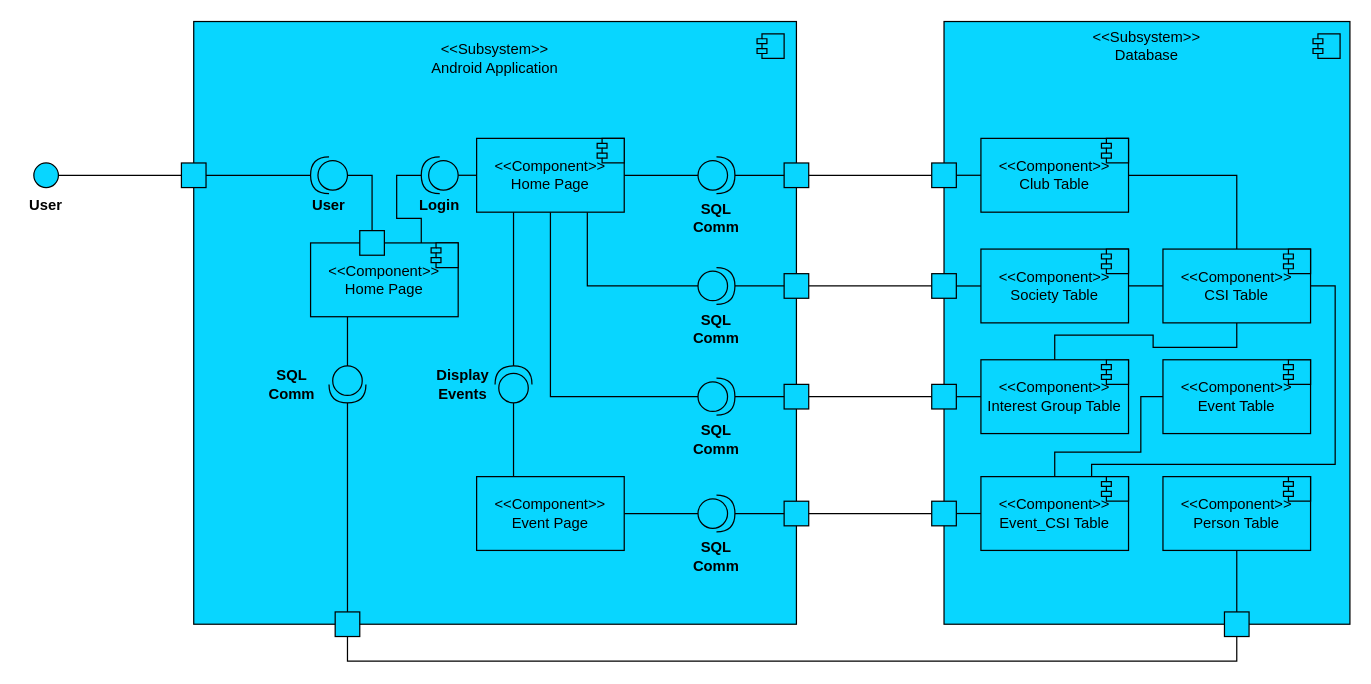
This is Diagrams/Component_Diagram.drawio from Makizoro/Overclock, a draw.io file, before an edit. Source tidied: cells renumbered, new cells numbered last; positions are measured from the earlier drawing's top-left corner, leaving out a move shared by most shapes. Both pictures are drawn from the tidied source at 123%, with x=0, y=0 at pixel (21, 21).
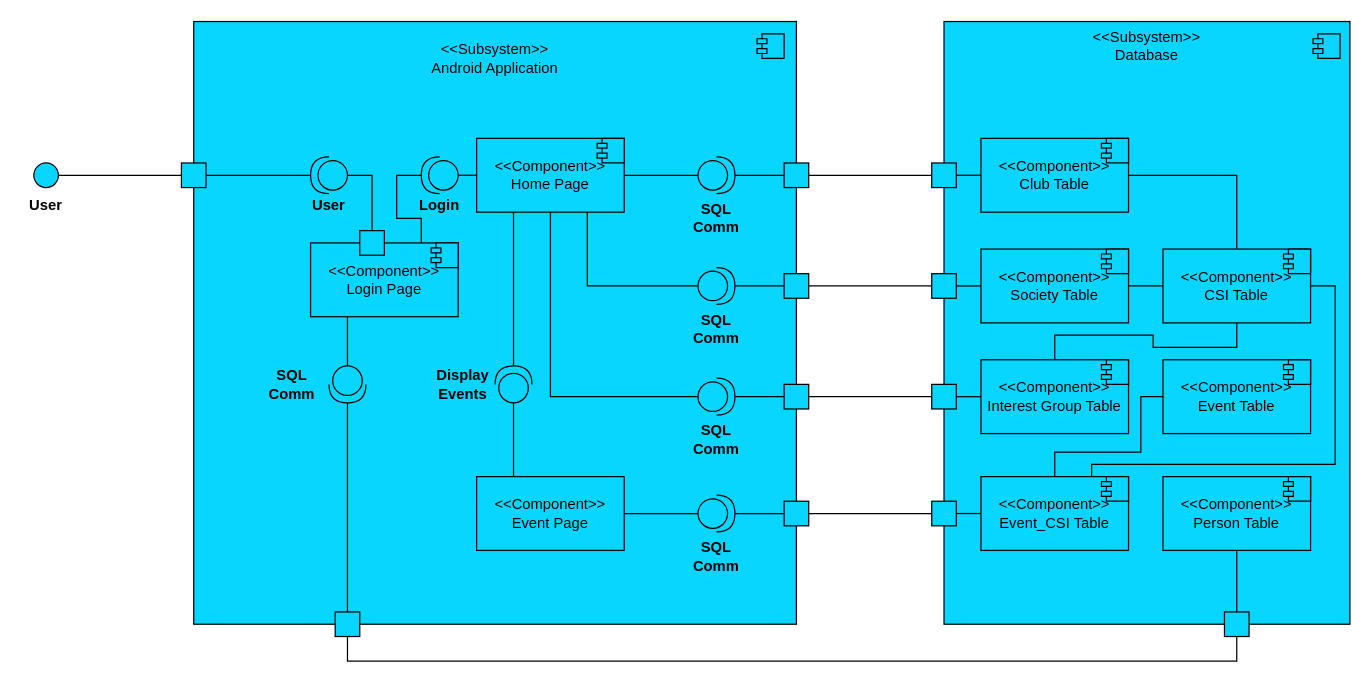
Above is the later version.

The edit, as a diff of the source:
```diff
@@
-    <mxCell id="5" value="&amp;lt;&amp;lt;Component&amp;gt;&amp;gt;&lt;br&gt;Home Page" style="rounded=0;whiteSpace=wrap;html=1;fillColor=#08D6FF;" parent="1" vertex="1">
+    <mxCell id="5" value="&amp;lt;&amp;lt;Component&amp;gt;&amp;gt;&lt;br&gt;Login Page" style="rounded=0;whiteSpace=wrap;html=1;fillColor=#08D6FF;" parent="1" vertex="1">
       <mxGeometry x="235" y="180" width="120" height="60" as="geometry" />
     </mxCell>
```
